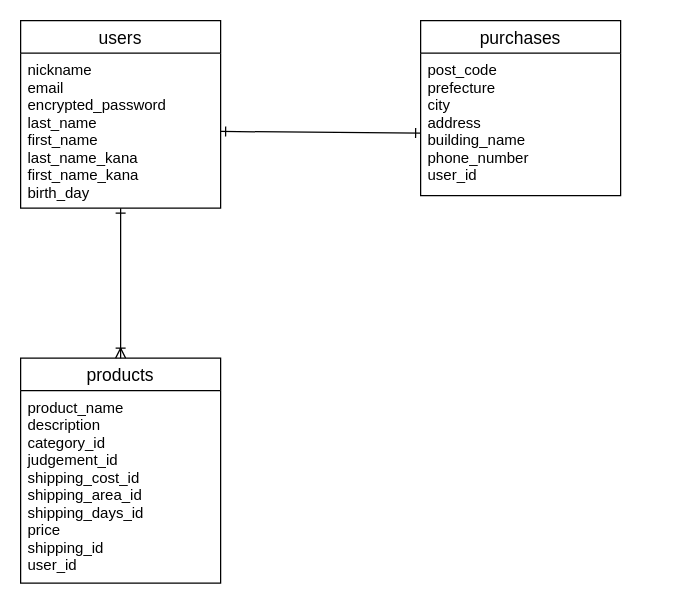
This is furimaDB.dio from Taketai/furima-35685, a draw.io file, before an edit. Source tidied: cells renumbered, new cells numbered last; positions are measured from the earlier drawing's top-left corner, leaving out a move shared by most shapes. Both pictures are drawn from the tidied source at 125%, with x=0, y=0 at pixel (20, 20).
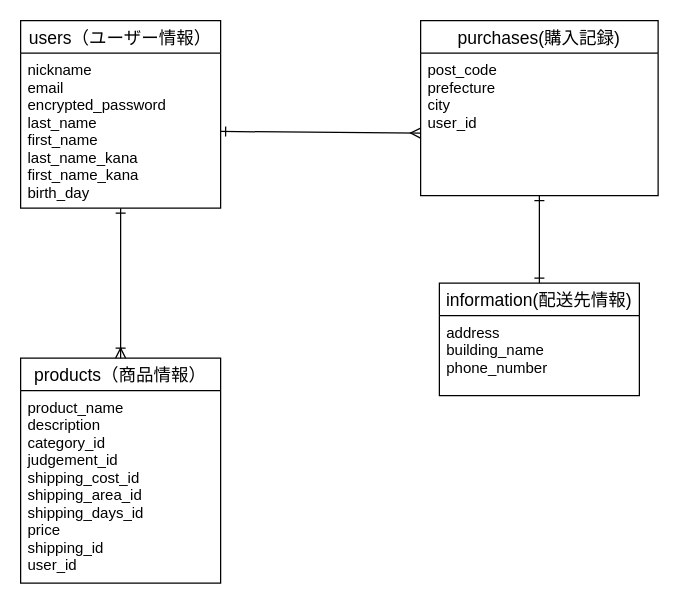
After the change.

Commit message (it also covers changes not shown here):
データベース設計の修正その２

What changed in the source:
```diff
@@
 <mxGraphModel>
   <root>
     <mxCell id="0" />
     <mxCell id="1" parent="0" />
-    <mxCell id="2" value="users" style="swimlane;fontStyle=0;horizontal=1;startSize=26;align=center;fontSize=14;" parent="1" vertex="1">
+    <mxCell id="2" value="users（ユーザー情報）" style="swimlane;fontStyle=0;horizontal=1;startSize=26;align=center;fontSize=14;" parent="1" vertex="1">
       <mxGeometry width="160" height="150" as="geometry" />
     </mxCell>
     <mxCell id="3" value="nickname&#10;email&#10;encrypted_password&#10;last_name&#10;first_name&#10;last_name_kana&#10;first_name_kana&#10;birth_day&#10;" style="text;strokeColor=none;fillColor=none;spacingLeft=4;spacingRight=4;overflow=hidden;points=[[0,0.5],[1,0.5]];portConstraint=eastwest;fontSize=12;" parent="2" vertex="1">
       <mxGeometry y="26" width="160" height="124" as="geometry" />
     </mxCell>
-    <mxCell id="4" value="purchases" style="swimlane;fontStyle=0;horizontal=1;startSize=26;align=center;fontSize=14;" parent="1" vertex="1">
-      <mxGeometry x="320" width="160" height="140" as="geometry" />
+    <mxCell id="4" value="purchases(購入記録)" style="swimlane;fontStyle=0;horizontal=1;startSize=26;align=center;fontSize=14;" parent="1" vertex="1">
+      <mxGeometry x="320" width="190" height="140" as="geometry" />
     </mxCell>
-    <mxCell id="5" value="post_code&#10;prefecture&#10;city&#10;address&#10;building_name&#10;phone_number&#10;user_id" style="text;strokeColor=none;fillColor=none;spacingLeft=4;spacingRight=4;overflow=hidden;fontSize=12;" parent="4" vertex="1">
-      <mxGeometry y="26" width="160" height="114" as="geometry" />
+    <mxCell id="5" value="post_code&#10;prefecture&#10;city&#10;user_id" style="text;strokeColor=none;fillColor=none;spacingLeft=4;spacingRight=4;overflow=hidden;fontSize=12;" parent="4" vertex="1">
+      <mxGeometry y="26" width="190" height="114" as="geometry" />
     </mxCell>
-    <mxCell id="6" value="products" style="swimlane;fontStyle=0;horizontal=1;startSize=26;align=center;fontSize=14;" parent="1" vertex="1">
+    <mxCell id="6" value="products（商品情報）" style="swimlane;fontStyle=0;horizontal=1;startSize=26;align=center;fontSize=14;" parent="1" vertex="1">
       <mxGeometry y="270" width="160" height="180" as="geometry" />
     </mxCell>
     <mxCell id="7" value="product_name&#10;description&#10;category_id&#10;judgement_id&#10;shipping_cost_id&#10;shipping_area_id&#10;shipping_days_id&#10;price&#10;shipping_id&#10;user_id" style="text;strokeColor=none;fillColor=none;spacingLeft=4;spacingRight=4;overflow=hidden;fontSize=12;" parent="6" vertex="1">
       <mxGeometry y="26" width="160" height="154" as="geometry" />
     </mxCell>
     <mxCell id="8" style="fontSize=12;html=1;endArrow=ERoneToMany;entryX=0.5;entryY=0;entryDx=0;entryDy=0;startArrow=ERone;startFill=0;" parent="1" edge="1" source="3" target="6">
       <mxGeometry relative="1" as="geometry" />
     </mxCell>
-    <mxCell id="9" style="fontSize=12;html=1;endArrow=ERone;startArrow=ERone;startFill=0;endFill=0;" parent="1" edge="1" source="3">
+    <mxCell id="9" style="fontSize=12;html=1;endArrow=ERmany;startArrow=ERone;startFill=0;endFill=0;" parent="1" edge="1" source="3">
       <mxGeometry relative="1" as="geometry">
         <mxPoint x="320" y="90" as="targetPoint" />
       </mxGeometry>
     </mxCell>
+    <mxCell id="10" value="information(配送先情報)" style="swimlane;fontStyle=0;horizontal=1;startSize=26;align=center;fontSize=14;" parent="1" vertex="1">
+      <mxGeometry x="335" y="210" width="160" height="90" as="geometry" />
+    </mxCell>
+    <mxCell id="11" value="address&#10;building_name&#10;phone_number" style="text;strokeColor=none;fillColor=none;spacingLeft=4;spacingRight=4;overflow=hidden;fontSize=12;" parent="10" vertex="1">
+      <mxGeometry y="26" width="160" height="64" as="geometry" />
+    </mxCell>
+    <mxCell id="12" style="fontSize=12;html=1;endArrow=ERone;endFill=1;startArrow=ERone;startFill=0;" parent="1" edge="1" source="10">
+      <mxGeometry relative="1" as="geometry">
+        <mxPoint x="415" y="140" as="targetPoint" />
+      </mxGeometry>
+    </mxCell>
   </root>
 </mxGraphModel>
```
